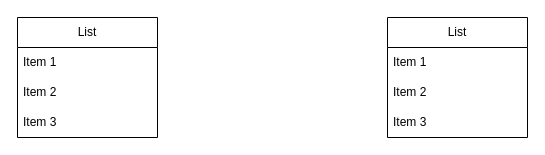
Before: BancoDados1/diagramas/Diagrama sem nome.drawio in jhosephethierry/cursopython, a draw.io diagram. Source tidied: cells renumbered, new cells numbered last; positions are measured from the earlier drawing's top-left corner, leaving out a move shared by most shapes. Both pictures are drawn from the tidied source at 100%, with x=0, y=0 at pixel (17, 17).
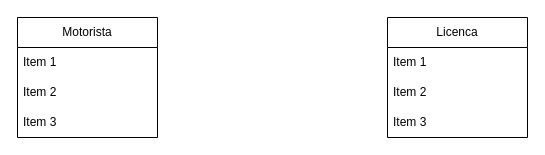
The same page after the edit.

The edit, as a diff of the source:
```diff
@@
 <mxGraphModel>
   <root>
     <mxCell id="0" />
     <mxCell id="1" parent="0" />
-    <mxCell id="2" value="List" style="swimlane;fontStyle=0;horizontal=1;startSize=30;whiteSpace=wrap;html=1;" parent="1" vertex="1">
+    <mxCell id="2" value="Motorista" style="swimlane;fontStyle=0;horizontal=1;startSize=30;whiteSpace=wrap;html=1;" parent="1" vertex="1">
       <mxGeometry width="140" height="120" as="geometry" />
     </mxCell>
     <mxCell id="3" value="Item 1" style="text;strokeColor=none;fillColor=none;align=left;verticalAlign=middle;spacingLeft=4;spacingRight=4;overflow=hidden;whiteSpace=wrap;html=1;" parent="2" vertex="1">
       <mxGeometry y="30" width="140" height="30" as="geometry" />
     </mxCell>
     <mxCell id="4" value="Item 2" style="text;strokeColor=none;fillColor=none;align=left;verticalAlign=middle;spacingLeft=4;spacingRight=4;overflow=hidden;whiteSpace=wrap;html=1;" parent="2" vertex="1">
       <mxGeometry y="60" width="140" height="30" as="geometry" />
     </mxCell>
     <mxCell id="5" value="Item 3" style="text;strokeColor=none;fillColor=none;align=left;verticalAlign=middle;spacingLeft=4;spacingRight=4;overflow=hidden;whiteSpace=wrap;html=1;" parent="2" vertex="1">
       <mxGeometry y="90" width="140" height="30" as="geometry" />
     </mxCell>
-    <mxCell id="6" value="List" style="swimlane;fontStyle=0;horizontal=1;startSize=30;whiteSpace=wrap;html=1;" parent="1" vertex="1">
+    <mxCell id="6" value="Licenca" style="swimlane;fontStyle=0;horizontal=1;startSize=30;whiteSpace=wrap;html=1;" parent="1" vertex="1">
       <mxGeometry x="370" width="140" height="120" as="geometry" />
     </mxCell>
     <mxCell id="7" value="Item 1" style="text;strokeColor=none;fillColor=none;align=left;verticalAlign=middle;spacingLeft=4;spacingRight=4;overflow=hidden;whiteSpace=wrap;html=1;" parent="6" vertex="1">
       <mxGeometry y="30" width="140" height="30" as="geometry" />
     </mxCell>
     <mxCell id="8" value="Item 2" style="text;strokeColor=none;fillColor=none;align=left;verticalAlign=middle;spacingLeft=4;spacingRight=4;overflow=hidden;whiteSpace=wrap;html=1;" parent="6" vertex="1">
       <mxGeometry y="60" width="140" height="30" as="geometry" />
     </mxCell>
     <mxCell id="9" value="Item 3" style="text;strokeColor=none;fillColor=none;align=left;verticalAlign=middle;spacingLeft=4;spacingRight=4;overflow=hidden;whiteSpace=wrap;html=1;" parent="6" vertex="1">
       <mxGeometry y="90" width="140" height="30" as="geometry" />
     </mxCell>
   </root>
 </mxGraphModel>
```
